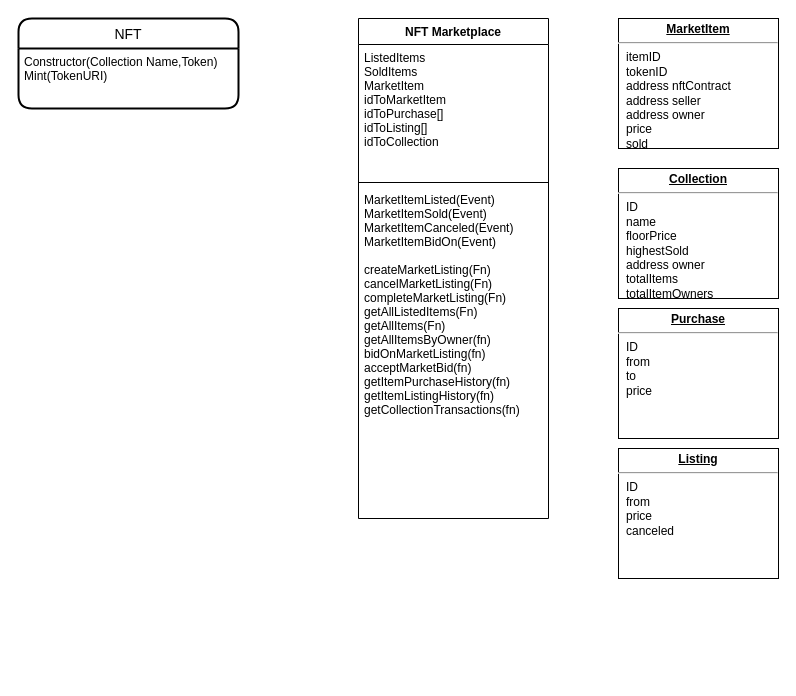
Above: nft-marketplace.drawio in Tdrachev/nft-marketplace (draw.io), before the change. Source tidied: cells renumbered, new cells numbered last; positions are measured from the earlier drawing's top-left corner, leaving out a move shared by most shapes. Both pictures are drawn from the tidied source at 100%, with x=0, y=0 at pixel (18, 18).
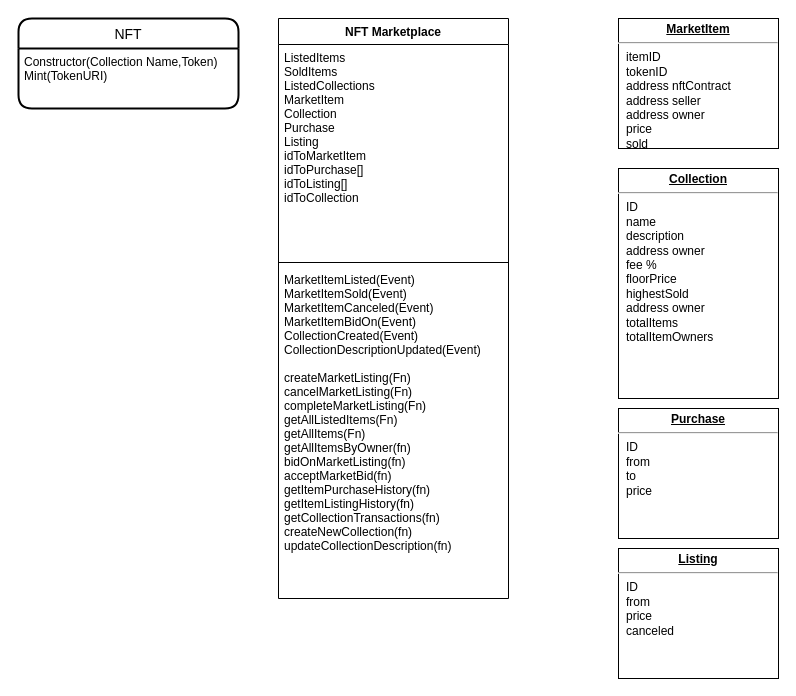
After the change.

Diff of the diagram source:
```diff
@@
 <mxGraphModel>
   <root>
     <mxCell id="0" />
     <mxCell id="1" parent="0" />
     <mxCell id="2" value="NFT" style="swimlane;horizontal=1;startSize=30;rounded=1;fontSize=14;fontStyle=0;strokeWidth=2;shadow=0;dashed=0;align=center;" parent="1" vertex="1">
       <mxGeometry width="220" height="90" as="geometry" />
     </mxCell>
     <mxCell id="3" value="Constructor(Collection Name,Token)&#10;Mint(TokenURI)" style="align=left;strokeColor=none;fillColor=none;spacingLeft=4;fontSize=12;verticalAlign=top;" parent="2" vertex="1">
       <mxGeometry y="30" width="220" height="60" as="geometry" />
     </mxCell>
     <mxCell id="4" value="NFT Marketplace" style="swimlane;fontStyle=1;align=center;verticalAlign=top;horizontal=1;startSize=26;" parent="1" vertex="1">
-      <mxGeometry x="340" width="190" height="500" as="geometry" />
+      <mxGeometry x="260" width="230" height="580" as="geometry" />
     </mxCell>
-    <mxCell id="5" value="ListedItems&#10;SoldItems&#10;MarketItem&#10;idToMarketItem&#10;idToPurchase[]&#10;idToListing[]&#10;idToCollection&#10;" style="text;strokeColor=none;fillColor=none;align=left;verticalAlign=top;spacingLeft=4;spacingRight=4;overflow=hidden;" parent="4" vertex="1">
-      <mxGeometry y="26" width="190" height="134" as="geometry" />
+    <mxCell id="5" value="ListedItems&#10;SoldItems&#10;ListedCollections&#10;MarketItem&#10;Collection&#10;Purchase&#10;Listing&#10;idToMarketItem&#10;idToPurchase[]&#10;idToListing[]&#10;idToCollection&#10;" style="text;strokeColor=none;fillColor=none;align=left;verticalAlign=top;spacingLeft=4;spacingRight=4;overflow=hidden;" parent="4" vertex="1">
+      <mxGeometry y="26" width="230" height="214" as="geometry" />
     </mxCell>
     <mxCell id="6" style="line;strokeWidth=1;fillColor=none;align=left;verticalAlign=middle;spacingTop=-1;spacingLeft=3;spacingRight=3;labelPosition=right;" parent="4" vertex="1">
-      <mxGeometry y="160" width="190" height="8" as="geometry" />
+      <mxGeometry y="240" width="230" height="8" as="geometry" />
     </mxCell>
-    <mxCell id="7" value="MarketItemListed(Event)&#10;MarketItemSold(Event)&#10;MarketItemCanceled(Event)&#10;MarketItemBidOn(Event)&#10;&#10;createMarketListing(Fn)&#10;cancelMarketListing(Fn)&#10;completeMarketListing(Fn)&#10;getAllListedItems(Fn)&#10;getAllItems(Fn)&#10;getAllItemsByOwner(fn)&#10;bidOnMarketListing(fn)&#10;acceptMarketBid(fn)&#10;getItemPurchaseHistory(fn)&#10;getItemListingHistory(fn)&#10;getCollectionTransactions(fn)&#10;&#10;" style="text;strokeColor=none;fillColor=none;align=left;verticalAlign=top;spacingLeft=4;spacingRight=4;overflow=hidden;" parent="4" vertex="1">
-      <mxGeometry y="168" width="190" height="332" as="geometry" />
+    <mxCell id="7" value="MarketItemListed(Event)&#10;MarketItemSold(Event)&#10;MarketItemCanceled(Event)&#10;MarketItemBidOn(Event)&#10;CollectionCreated(Event)&#10;CollectionDescriptionUpdated(Event)&#10;&#10;createMarketListing(Fn)&#10;cancelMarketListing(Fn)&#10;completeMarketListing(Fn)&#10;getAllListedItems(Fn)&#10;getAllItems(Fn)&#10;getAllItemsByOwner(fn)&#10;bidOnMarketListing(fn)&#10;acceptMarketBid(fn)&#10;getItemPurchaseHistory(fn)&#10;getItemListingHistory(fn)&#10;getCollectionTransactions(fn)&#10;createNewCollection(fn)&#10;updateCollectionDescription(fn)&#10;&#10;&#10;" style="text;strokeColor=none;fillColor=none;align=left;verticalAlign=top;spacingLeft=4;spacingRight=4;overflow=hidden;" parent="4" vertex="1">
+      <mxGeometry y="248" width="230" height="332" as="geometry" />
     </mxCell>
     <mxCell id="8" value="&lt;p style=&quot;margin: 0px ; margin-top: 4px ; text-align: center ; text-decoration: underline&quot;&gt;&lt;b&gt;MarketItem&lt;/b&gt;&lt;/p&gt;&lt;hr&gt;&lt;p style=&quot;margin: 0px ; margin-left: 8px&quot;&gt;itemID&lt;/p&gt;&lt;p style=&quot;margin: 0px ; margin-left: 8px&quot;&gt;tokenID&lt;/p&gt;&lt;p style=&quot;margin: 0px ; margin-left: 8px&quot;&gt;address nftContract&lt;/p&gt;&lt;p style=&quot;margin: 0px ; margin-left: 8px&quot;&gt;address seller&lt;/p&gt;&lt;p style=&quot;margin: 0px ; margin-left: 8px&quot;&gt;address owner&lt;/p&gt;&lt;p style=&quot;margin: 0px ; margin-left: 8px&quot;&gt;price&lt;/p&gt;&lt;p style=&quot;margin: 0px ; margin-left: 8px&quot;&gt;sold&lt;/p&gt;" style="verticalAlign=top;align=left;overflow=fill;fontSize=12;fontFamily=Helvetica;html=1;" parent="1" vertex="1">
       <mxGeometry x="600" width="160" height="130" as="geometry" />
     </mxCell>
-    <mxCell id="9" value="&lt;p style=&quot;margin: 0px ; margin-top: 4px ; text-align: center ; text-decoration: underline&quot;&gt;&lt;b&gt;Collection&lt;/b&gt;&lt;/p&gt;&lt;hr&gt;&lt;p style=&quot;margin: 0px ; margin-left: 8px&quot;&gt;ID&lt;/p&gt;&lt;p style=&quot;margin: 0px ; margin-left: 8px&quot;&gt;name&lt;/p&gt;&lt;p style=&quot;margin: 0px ; margin-left: 8px&quot;&gt;floorPrice&lt;/p&gt;&lt;p style=&quot;margin: 0px ; margin-left: 8px&quot;&gt;highestSold&lt;/p&gt;&lt;p style=&quot;margin: 0px ; margin-left: 8px&quot;&gt;address owner&lt;/p&gt;&lt;p style=&quot;margin: 0px ; margin-left: 8px&quot;&gt;totalItems&lt;/p&gt;&lt;p style=&quot;margin: 0px ; margin-left: 8px&quot;&gt;totalItemOwners&lt;/p&gt;" style="verticalAlign=top;align=left;overflow=fill;fontSize=12;fontFamily=Helvetica;html=1;" parent="1" vertex="1">
-      <mxGeometry x="600" y="150" width="160" height="130" as="geometry" />
+    <mxCell id="9" value="&lt;p style=&quot;margin: 0px ; margin-top: 4px ; text-align: center ; text-decoration: underline&quot;&gt;&lt;b&gt;Collection&lt;/b&gt;&lt;/p&gt;&lt;hr&gt;&lt;p style=&quot;margin: 0px ; margin-left: 8px&quot;&gt;ID&lt;/p&gt;&lt;p style=&quot;margin: 0px ; margin-left: 8px&quot;&gt;name&lt;/p&gt;&lt;p style=&quot;margin: 0px ; margin-left: 8px&quot;&gt;description&lt;/p&gt;&lt;p style=&quot;margin: 0px ; margin-left: 8px&quot;&gt;address owner&lt;/p&gt;&lt;p style=&quot;margin: 0px ; margin-left: 8px&quot;&gt;fee %&lt;/p&gt;&lt;p style=&quot;margin: 0px ; margin-left: 8px&quot;&gt;floorPrice&lt;/p&gt;&lt;p style=&quot;margin: 0px ; margin-left: 8px&quot;&gt;highestSold&lt;/p&gt;&lt;p style=&quot;margin: 0px ; margin-left: 8px&quot;&gt;address owner&lt;/p&gt;&lt;p style=&quot;margin: 0px ; margin-left: 8px&quot;&gt;totalItems&lt;/p&gt;&lt;p style=&quot;margin: 0px ; margin-left: 8px&quot;&gt;totalItemOwners&lt;/p&gt;" style="verticalAlign=top;align=left;overflow=fill;fontSize=12;fontFamily=Helvetica;html=1;" parent="1" vertex="1">
+      <mxGeometry x="600" y="150" width="160" height="230" as="geometry" />
     </mxCell>
     <mxCell id="10" value="&lt;p style=&quot;margin: 0px ; margin-top: 4px ; text-align: center ; text-decoration: underline&quot;&gt;&lt;b&gt;Purchase&lt;/b&gt;&lt;/p&gt;&lt;hr&gt;&lt;p style=&quot;margin: 0px ; margin-left: 8px&quot;&gt;ID&lt;/p&gt;&lt;p style=&quot;margin: 0px ; margin-left: 8px&quot;&gt;from&lt;/p&gt;&lt;p style=&quot;margin: 0px ; margin-left: 8px&quot;&gt;to&lt;/p&gt;&lt;p style=&quot;margin: 0px ; margin-left: 8px&quot;&gt;price&lt;/p&gt;" style="verticalAlign=top;align=left;overflow=fill;fontSize=12;fontFamily=Helvetica;html=1;" parent="1" vertex="1">
-      <mxGeometry x="600" y="290" width="160" height="130" as="geometry" />
+      <mxGeometry x="600" y="390" width="160" height="130" as="geometry" />
     </mxCell>
     <mxCell id="11" value="&lt;p style=&quot;margin: 0px ; margin-top: 4px ; text-align: center ; text-decoration: underline&quot;&gt;&lt;b&gt;Listing&lt;/b&gt;&lt;/p&gt;&lt;hr&gt;&lt;p style=&quot;margin: 0px ; margin-left: 8px&quot;&gt;ID&lt;/p&gt;&lt;p style=&quot;margin: 0px ; margin-left: 8px&quot;&gt;from&lt;/p&gt;&lt;p style=&quot;margin: 0px ; margin-left: 8px&quot;&gt;price&lt;/p&gt;&lt;p style=&quot;margin: 0px ; margin-left: 8px&quot;&gt;canceled&lt;/p&gt;" style="verticalAlign=top;align=left;overflow=fill;fontSize=12;fontFamily=Helvetica;html=1;" parent="1" vertex="1">
-      <mxGeometry x="600" y="430" width="160" height="130" as="geometry" />
+      <mxGeometry x="600" y="530" width="160" height="130" as="geometry" />
     </mxCell>
   </root>
 </mxGraphModel>
```
